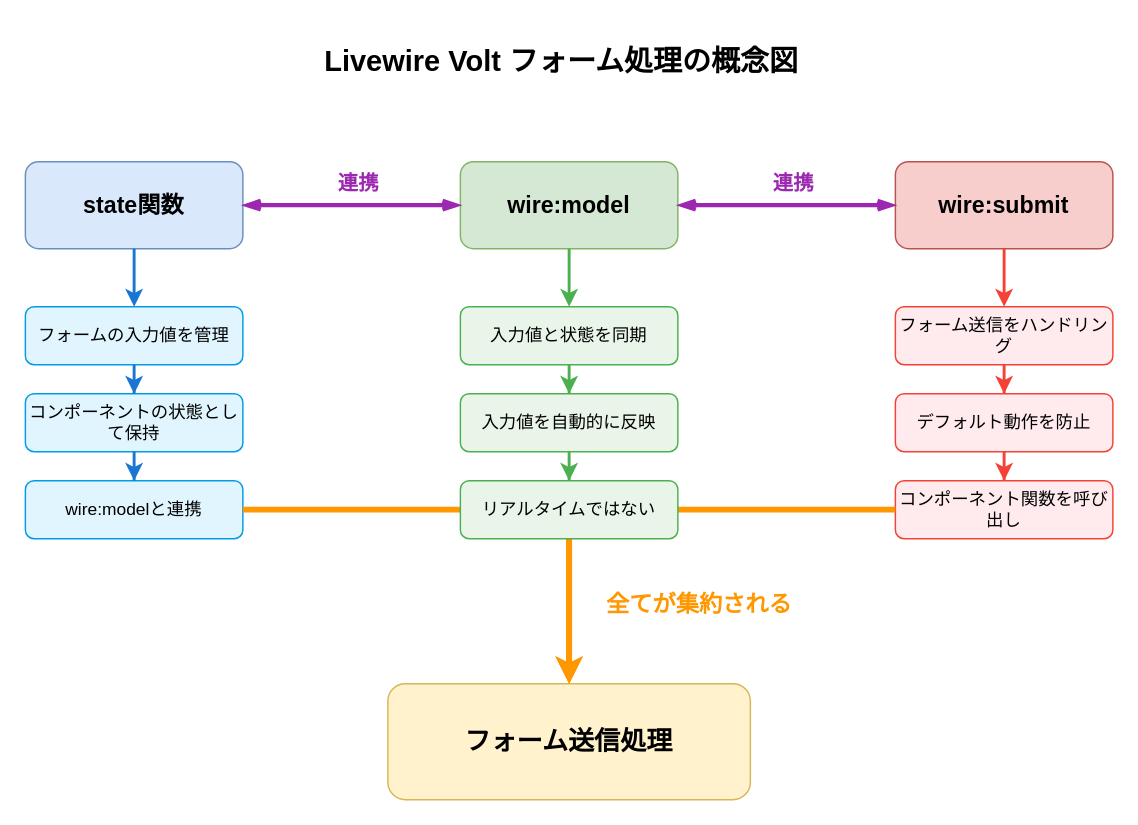
Before: notes/livewire-concepts.drawio in zonehisa/laravel12_memoapp, a draw.io diagram. Source tidied: cells renumbered, new cells numbered last; positions are measured from the earlier drawing's top-left corner, leaving out a move shared by most shapes. Both pictures are drawn from the tidied source at 145%, with x=0, y=0 at pixel (25, 30).
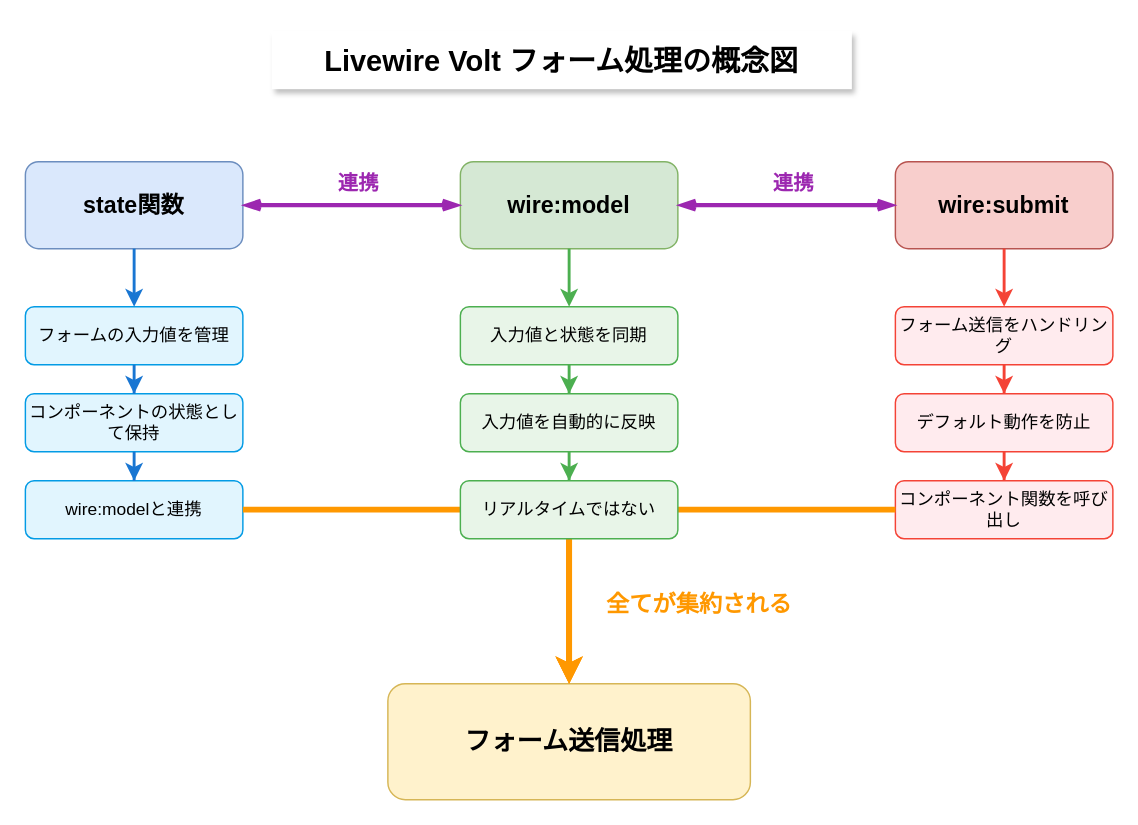
The same diagram, later.

Change to the diagram source:
```diff
@@
-    <mxCell id="2" value="Livewire Volt フォーム処理の概念図" style="text;html=1;strokeColor=none;fillColor=none;align=center;verticalAlign=middle;whiteSpace=wrap;rounded=0;fontSize=20;fontStyle=1;" parent="1" vertex="1">
+    <mxCell id="2" value="Livewire Volt フォーム処理の概念図" style="text;html=1;strokeColor=none;fillColor=#FFFFFF;align=center;verticalAlign=middle;whiteSpace=wrap;rounded=0;fontSize=20;fontStyle=1;shadow=1;" parent="1" vertex="1">
       <mxGeometry x="170" width="400" height="40" as="geometry" />
     </mxCell>
```
